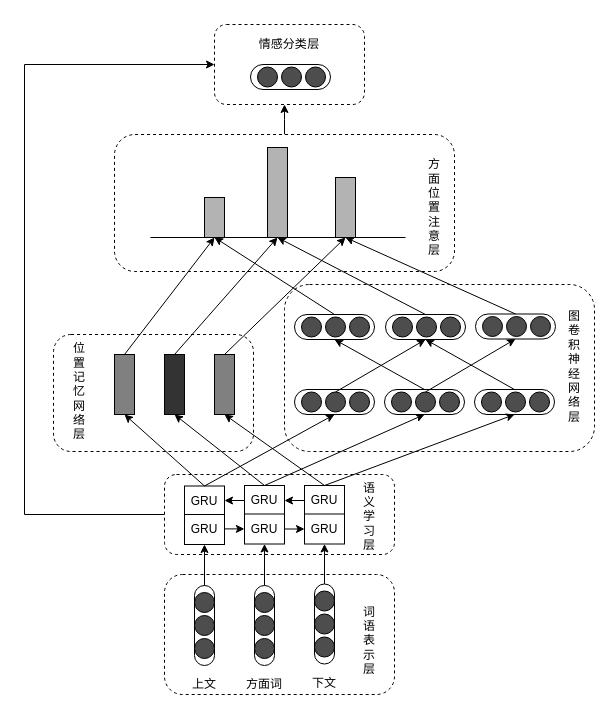
Earlier version of the draw.io diagram MemGCN.drawio (yesxiaoyu/git-demo). Source tidied: cells renumbered, new cells numbered last; positions are measured from the earlier drawing's top-left corner, leaving out a move shared by most shapes. Both pictures are drawn from the tidied source at 100%, with x=0, y=0 at pixel (24, 24).
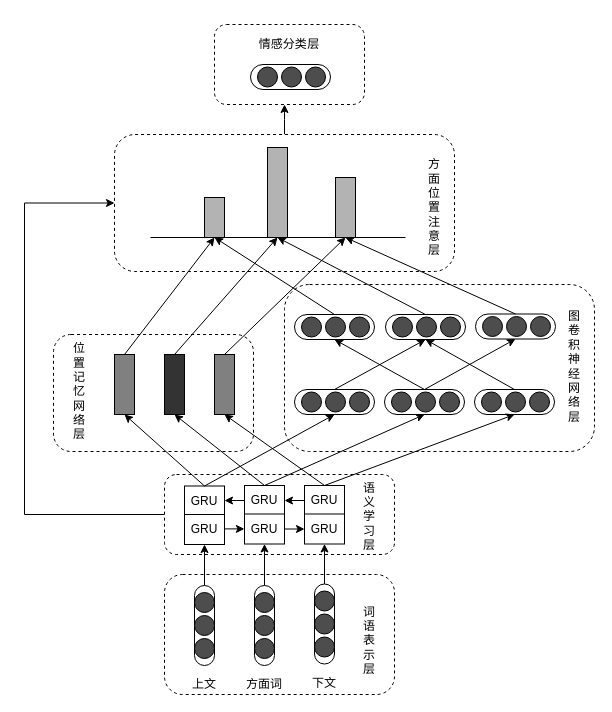
After the change.

The change refers to these unchanged cells:
```xml
<mxCell id="2" style="rounded=1;whiteSpace=wrap;html=1;fillColor=#FFFFFF;dashed=1;" parent="1" vertex="1">
  <mxGeometry x="190" width="150" height="80" as="geometry" />
</mxCell>
<mxCell id="32" style="rounded=1;whiteSpace=wrap;html=1;fillColor=#FFFFFF;dashed=1;" parent="1" vertex="1">
  <mxGeometry x="140" y="450" width="230" height="80" as="geometry" />
</mxCell>
<mxCell id="58" style="rounded=1;whiteSpace=wrap;html=1;arcSize=50;" parent="57" vertex="1">
  <mxGeometry width="80" height="25" as="geometry" />
</mxCell>
<mxCell id="60" style="ellipse;whiteSpace=wrap;html=1;fillColor=#4D4D4D;" parent="57" vertex="1">
  <mxGeometry x="31" y="2.5" width="20" height="20" as="geometry" />
</mxCell>
<mxCell id="63" style="rounded=1;whiteSpace=wrap;html=1;arcSize=50;" parent="62" vertex="1">
  <mxGeometry width="80" height="25" as="geometry" />
</mxCell>
<mxCell id="65" style="ellipse;whiteSpace=wrap;html=1;fillColor=#4D4D4D;" parent="62" vertex="1">
  <mxGeometry x="31" y="2.5" width="20" height="20" as="geometry" />
</mxCell>
<mxCell id="86" style="rounded=1;whiteSpace=wrap;html=1;arcSize=50;" parent="85" vertex="1">
  <mxGeometry width="80" height="25" as="geometry" />
</mxCell>
<mxCell id="92" style="rounded=1;whiteSpace=wrap;html=1;arcSize=50;" parent="91" vertex="1">
  <mxGeometry width="80" height="25" as="geometry" />
</mxCell>
<mxCell id="110" style="rounded=1;whiteSpace=wrap;html=1;fillColor=#FFFFFF;dashed=1;" parent="1" vertex="1">
  <mxGeometry x="90" y="110" width="340" height="137" as="geometry" />
</mxCell>
```

Diff of the diagram source:
```diff
@@
-    <mxCell id="31" style="edgeStyle=elbowEdgeStyle;rounded=0;jettySize=auto;html=1;exitX=0;exitY=0.5;exitDx=0;exitDy=0;entryX=0;entryY=0.5;entryDx=0;entryDy=0;" parent="1" edge="1" source="32" target="2">
+    <mxCell id="31" style="edgeStyle=elbowEdgeStyle;rounded=0;jettySize=auto;html=1;exitX=0;exitY=0.5;exitDx=0;exitDy=0;entryX=0;entryY=0.5;entryDx=0;entryDy=0;" parent="1" edge="1" source="32" target="110">
       <mxGeometry relative="1" as="geometry">
         <Array as="points">
           <mxPoint y="270" />
         </Array>
       </mxGeometry>
     </mxCell>
@@
-    <mxCell id="100" style="edgeStyle=none;rounded=0;jettySize=auto;html=1;exitX=0.5;exitY=0;exitDx=0;exitDy=0;entryX=0.5;entryY=1;entryDx=0;entryDy=0;" parent="1" edge="1" source="60" target="86">
-      <mxGeometry relative="1" as="geometry" />
-    </mxCell>
@@
-    <mxCell id="102" style="edgeStyle=none;rounded=0;jettySize=auto;html=1;exitX=0.5;exitY=0;exitDx=0;exitDy=0;entryX=0.5;entryY=1;entryDx=0;entryDy=0;" parent="1" edge="1" source="65" target="92">
-      <mxGeometry relative="1" as="geometry" />
-    </mxCell>
@@
+    <mxCell id="125" style="rounded=0;jettySize=auto;html=1;exitX=0.5;exitY=0;exitDx=0;exitDy=0;entryX=0.5;entryY=1;entryDx=0;entryDy=0;" parent="1" edge="1" source="58" target="86">
+      <mxGeometry relative="1" as="geometry" />
+    </mxCell>
+    <mxCell id="126" style="edgeStyle=none;rounded=0;jettySize=auto;html=1;exitX=0.5;exitY=0;exitDx=0;exitDy=0;entryX=0.5;entryY=1;entryDx=0;entryDy=0;" parent="1" edge="1" source="63" target="92">
+      <mxGeometry relative="1" as="geometry" />
+    </mxCell>
```
